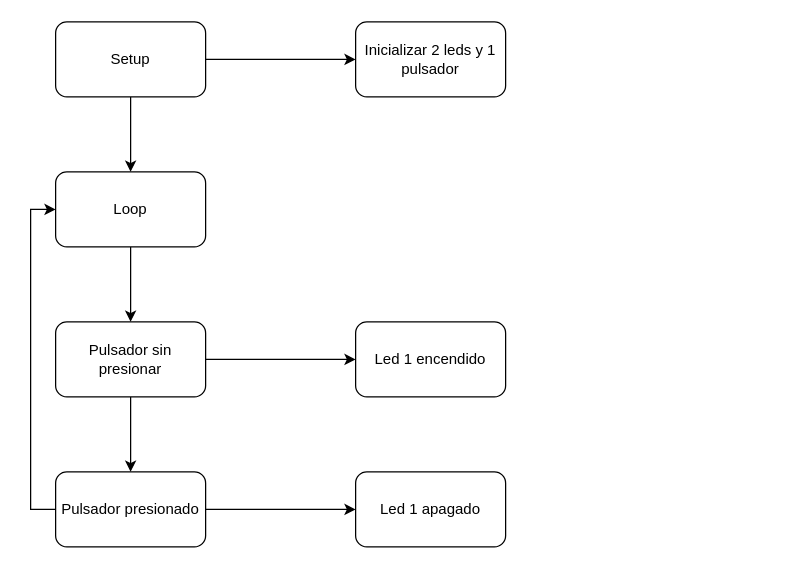
Before: RetoDos24Sep.drawio in chevy1998/Arduino, a draw.io diagram. Source tidied: cells renumbered, new cells numbered last; positions are measured from the earlier drawing's top-left corner, leaving out a move shared by most shapes. Both pictures are drawn from the tidied source at 125%, with x=0, y=0 at pixel (30, 21).
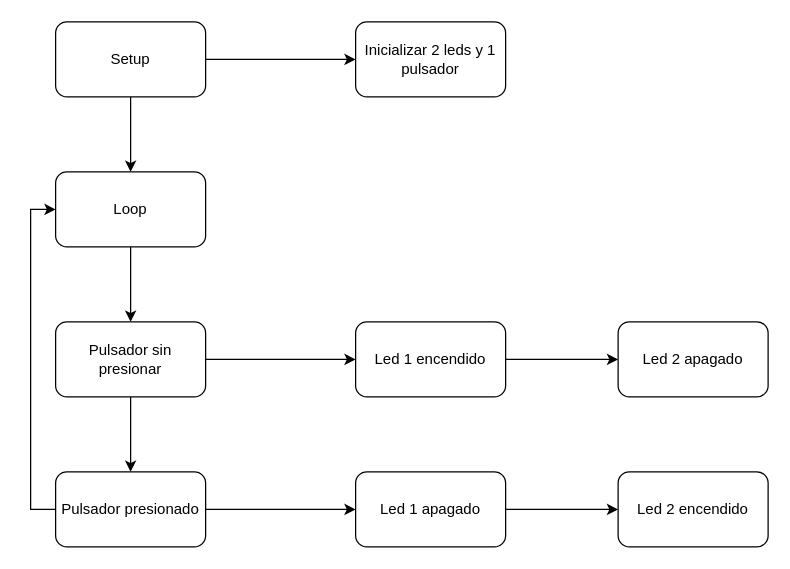
Above is the later version.

The change refers to these unchanged cells:
```xml
<mxCell id="11" value="Led 1 encendido" style="rounded=1;whiteSpace=wrap;html=1;" parent="1" vertex="1">
  <mxGeometry x="260" y="240" width="120" height="60" as="geometry" />
</mxCell>
<mxCell id="15" value="Led 1 apagado" style="rounded=1;whiteSpace=wrap;html=1;" parent="1" vertex="1">
  <mxGeometry x="260" y="360" width="120" height="60" as="geometry" />
</mxCell>
```

Change to the diagram source:
```diff
@@
+    <mxCell id="16" style="edgeStyle=orthogonalEdgeStyle;rounded=0;jettySize=auto;html=1;" parent="1" edge="1" source="11" target="18">
+      <mxGeometry relative="1" as="geometry" />
+    </mxCell>
@@
+    <mxCell id="17" style="edgeStyle=orthogonalEdgeStyle;rounded=0;jettySize=auto;html=1;entryX=0;entryY=0.5;entryDx=0;entryDy=0;" parent="1" edge="1" source="15" target="19">
+      <mxGeometry relative="1" as="geometry" />
+    </mxCell>
@@
+    <mxCell id="18" value="Led 2 apagado" style="rounded=1;whiteSpace=wrap;html=1;" parent="1" vertex="1">
+      <mxGeometry x="470" y="240" width="120" height="60" as="geometry" />
+    </mxCell>
+    <mxCell id="19" value="Led 2 encendido" style="rounded=1;whiteSpace=wrap;html=1;" parent="1" vertex="1">
+      <mxGeometry x="470" y="360" width="120" height="60" as="geometry" />
+    </mxCell>
```
